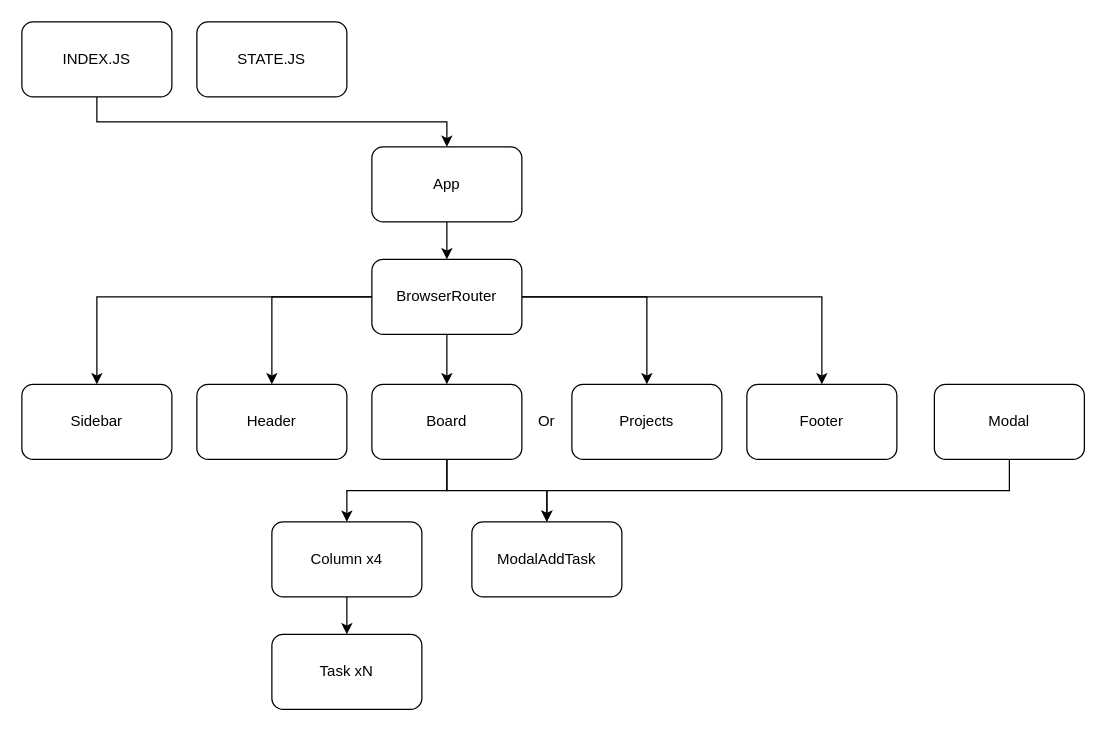
Above: diagrams.drawio in MavrinSergey/diplom_react (draw.io), before the change. Source tidied: cells renumbered, new cells numbered last; positions are measured from the earlier drawing's top-left corner, leaving out a move shared by most shapes. Both pictures are drawn from the tidied source at 125%, with x=0, y=0 at pixel (21, 21).
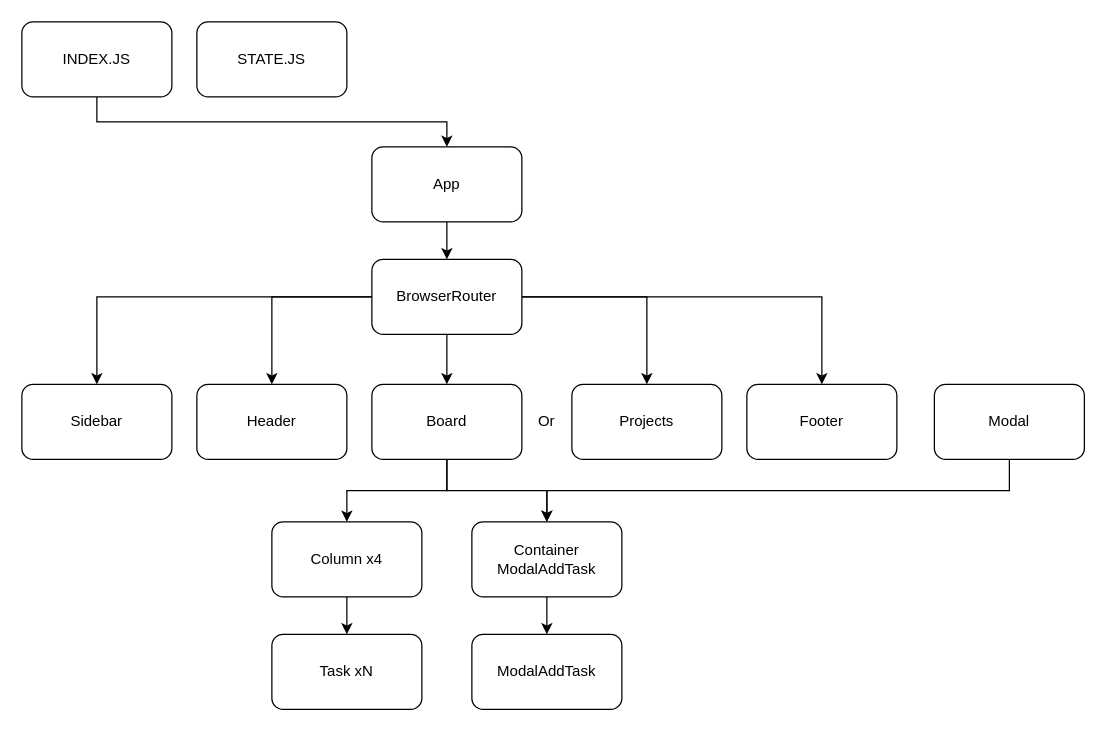
After the change.

What changed in the source:
```diff
@@
+    <mxCell id="27" style="edgeStyle=orthogonalEdgeStyle;rounded=0;jettySize=auto;html=1;exitX=0.5;exitY=1;exitDx=0;exitDy=0;entryX=0.5;entryY=0;entryDx=0;entryDy=0;" parent="1" edge="1" source="26" target="28">
+      <mxGeometry relative="1" as="geometry" />
+    </mxCell>
-    <mxCell id="26" value="ModalAddTask" style="rounded=1;whiteSpace=wrap;html=1;" parent="1" vertex="1">
+    <mxCell id="26" value="Container&lt;br&gt;ModalAddTask" style="rounded=1;whiteSpace=wrap;html=1;" parent="1" vertex="1">
       <mxGeometry x="360" y="400" width="120" height="60" as="geometry" />
     </mxCell>
+    <mxCell id="28" value="ModalAddTask" style="rounded=1;whiteSpace=wrap;html=1;" parent="1" vertex="1">
+      <mxGeometry x="360" y="490" width="120" height="60" as="geometry" />
+    </mxCell>
```
